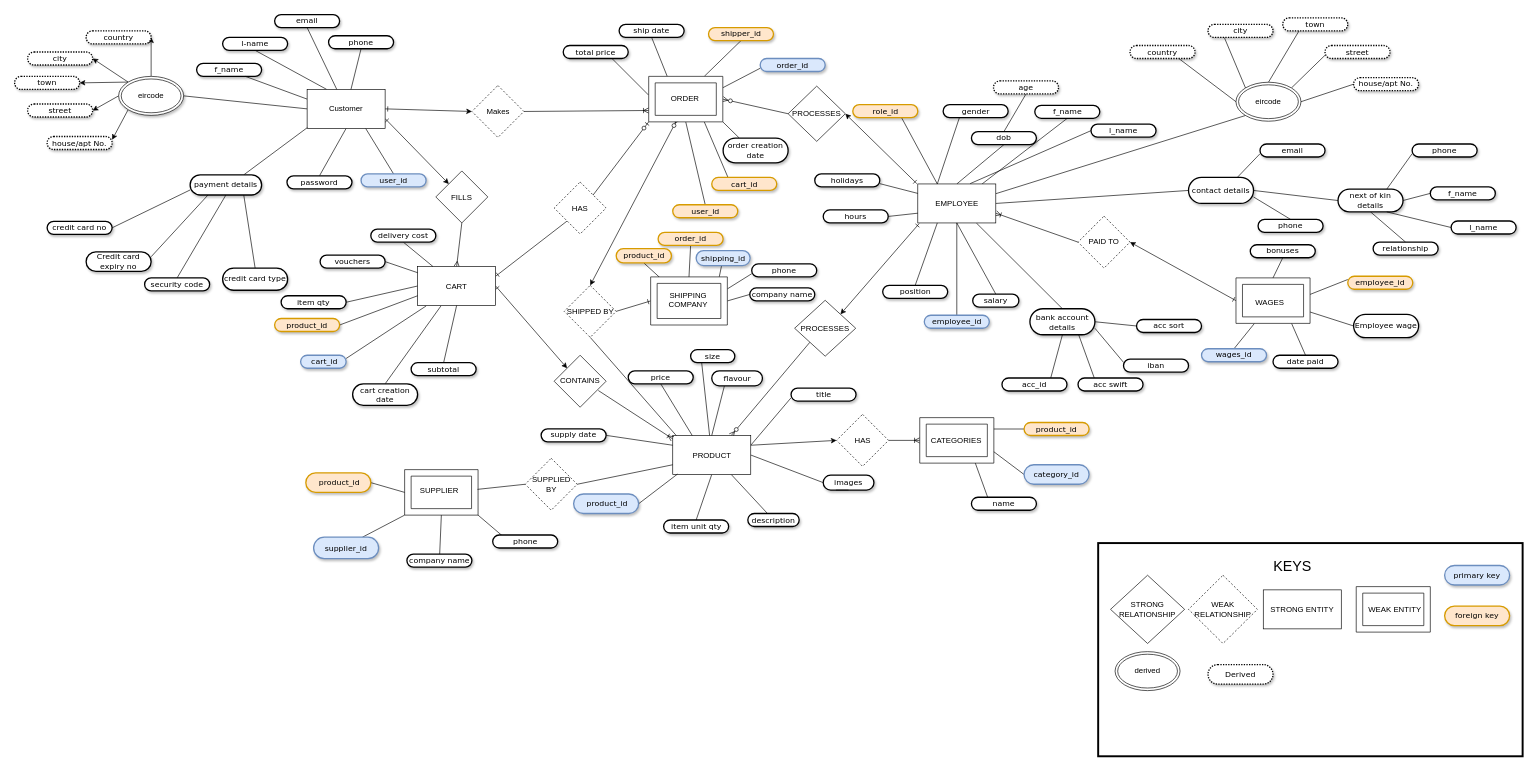
GearoidDC/Automate_the_Boring_Stuff_Examples keeps this draw.io diagram as Database.drawio. Above is the earlier version. Source tidied: cells renumbered, new cells numbered last; positions are measured from the earlier drawing's top-left corner, leaving out a move shared by most shapes. Both pictures are drawn from the tidied source at 65%, with x=0, y=0 at pixel (14, 14).
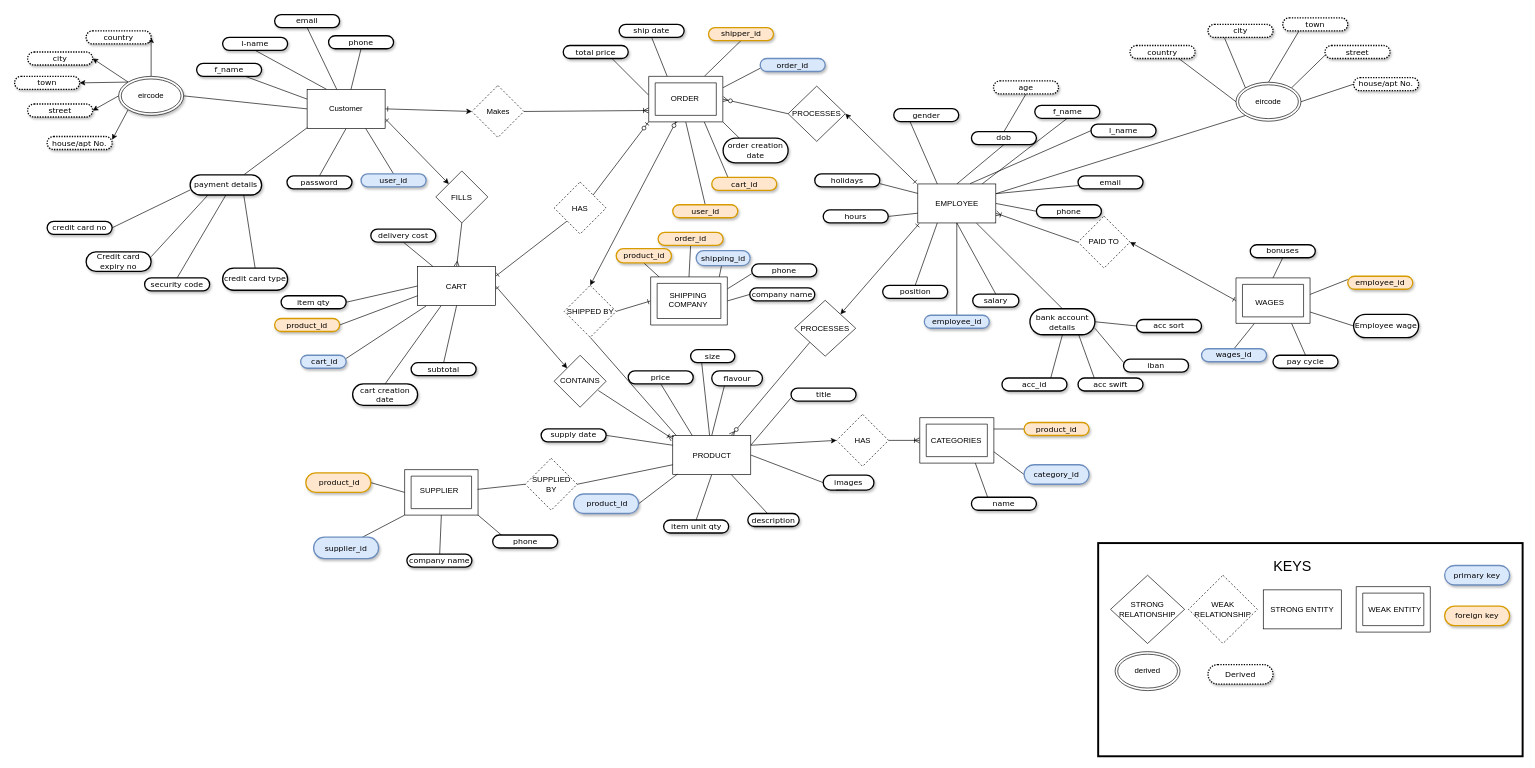
The same diagram, later.

Unchanged cells that the change refers to:
```xml
<mxCell id="100" value="CART" style="rounded=0;whiteSpace=wrap;html=1;" parent="1" vertex="1">
  <mxGeometry x="620" y="387.5" width="120" height="60" as="geometry" />
</mxCell>
<mxCell id="151" value="EMPLOYEE" style="rounded=0;whiteSpace=wrap;html=1;" parent="1" vertex="1">
  <mxGeometry x="1389.5" y="260.5" width="120" height="60" as="geometry" />
</mxCell>
```

Change to the diagram source:
```diff
@@
     <mxCell id="56" value="&lt;span&gt;gender&lt;/span&gt;" style="whiteSpace=wrap;html=1;rounded=1;shadow=1;comic=0;labelBackgroundColor=none;strokeColor=#000000;strokeWidth=2;fillColor=#FFFFFF;fontFamily=Verdana;fontSize=12;fontColor=#000000;align=center;arcSize=50;" parent="1" vertex="1">
-      <mxGeometry x="1428.5" y="138.5" width="100" height="20" as="geometry" />
+      <mxGeometry x="1352.5" y="144.5" width="100" height="20" as="geometry" />
     </mxCell>
@@
-    <mxCell id="63" style="edgeStyle=none;rounded=0;jettySize=auto;html=1;exitX=0.75;exitY=0;exitDx=0;exitDy=0;entryX=0;entryY=0.75;entryDx=0;entryDy=0;startArrow=none;startFill=0;endArrow=none;endFill=0;" parent="1" edge="1" source="217" target="74">
-      <mxGeometry relative="1" as="geometry" />
-    </mxCell>
@@
+    <mxCell id="233" style="edgeStyle=none;rounded=0;jettySize=auto;html=1;exitX=0;exitY=0.75;exitDx=0;exitDy=0;entryX=1;entryY=0.25;entryDx=0;entryDy=0;endArrow=none;endFill=0;" parent="1" edge="1" source="74" target="151">
+      <mxGeometry relative="1" as="geometry" />
+    </mxCell>
     <mxCell id="74" value="&lt;span&gt;email&lt;/span&gt;" style="whiteSpace=wrap;html=1;rounded=1;shadow=1;comic=0;labelBackgroundColor=none;strokeColor=#000000;strokeWidth=2;fillColor=#FFFFFF;fontFamily=Verdana;fontSize=12;fontColor=#000000;align=center;arcSize=50;" parent="1" vertex="1">
-      <mxGeometry x="1916" y="199" width="100" height="20" as="geometry" />
+      <mxGeometry x="1636" y="248" width="100" height="20" as="geometry" />
     </mxCell>
+    <mxCell id="234" style="edgeStyle=none;rounded=0;jettySize=auto;html=1;exitX=0;exitY=0.5;exitDx=0;exitDy=0;entryX=1;entryY=0.5;entryDx=0;entryDy=0;endArrow=none;endFill=0;" parent="1" edge="1" source="75" target="151">
+      <mxGeometry relative="1" as="geometry" />
+    </mxCell>
     <mxCell id="75" value="&lt;span&gt;phone&lt;/span&gt;" style="whiteSpace=wrap;html=1;rounded=1;shadow=1;comic=0;labelBackgroundColor=none;strokeColor=#000000;strokeWidth=2;fillColor=#FFFFFF;fontFamily=Verdana;fontSize=12;fontColor=#000000;align=center;arcSize=50;" parent="1" vertex="1">
-      <mxGeometry x="1913" y="315" width="100" height="20" as="geometry" />
+      <mxGeometry x="1572" y="292.5" width="100" height="20" as="geometry" />
     </mxCell>
-    <mxCell id="76" style="edgeStyle=none;rounded=0;jettySize=auto;html=1;exitX=0.75;exitY=0;exitDx=0;exitDy=0;entryX=0;entryY=0.75;entryDx=0;entryDy=0;startArrow=none;startFill=0;endArrow=none;endFill=0;" parent="1" edge="1" source="80" target="81">
-      <mxGeometry relative="1" as="geometry" />
-    </mxCell>
-    <mxCell id="77" style="edgeStyle=none;rounded=0;jettySize=auto;html=1;exitX=1;exitY=0.5;exitDx=0;exitDy=0;entryX=0;entryY=0.5;entryDx=0;entryDy=0;startArrow=none;startFill=0;endArrow=none;endFill=0;" parent="1" edge="1" source="80" target="205">
-      <mxGeometry relative="1" as="geometry" />
-    </mxCell>
-    <mxCell id="78" style="edgeStyle=none;rounded=0;jettySize=auto;html=1;exitX=0;exitY=0.5;exitDx=0;exitDy=0;entryX=1;entryY=0.5;entryDx=0;entryDy=0;startArrow=none;startFill=0;endArrow=none;endFill=0;" parent="1" edge="1" source="80" target="217">
-      <mxGeometry relative="1" as="geometry" />
-    </mxCell>
-    <mxCell id="79" style="edgeStyle=none;rounded=0;jettySize=auto;html=1;exitX=0.5;exitY=1;exitDx=0;exitDy=0;entryX=0.5;entryY=0;entryDx=0;entryDy=0;startArrow=none;startFill=0;endArrow=none;endFill=0;" parent="1" edge="1" source="80" target="82">
-      <mxGeometry relative="1" as="geometry" />
-    </mxCell>
-    <mxCell id="80" value="&lt;span&gt;next of kin&lt;br&gt;details&lt;br&gt;&lt;/span&gt;" style="whiteSpace=wrap;html=1;rounded=1;shadow=1;comic=0;labelBackgroundColor=none;strokeColor=#000000;strokeWidth=2;fillColor=#FFFFFF;fontFamily=Verdana;fontSize=12;fontColor=#000000;align=center;arcSize=50;" parent="1" vertex="1">
-      <mxGeometry x="2036" y="268.5" width="100" height="35" as="geometry" />
-    </mxCell>
-    <mxCell id="81" value="&lt;span&gt;phone&lt;/span&gt;" style="whiteSpace=wrap;html=1;rounded=1;shadow=1;comic=0;labelBackgroundColor=none;strokeColor=#000000;strokeWidth=2;fillColor=#FFFFFF;fontFamily=Verdana;fontSize=12;fontColor=#000000;align=center;arcSize=50;" parent="1" vertex="1">
-      <mxGeometry x="2150" y="199" width="100" height="20" as="geometry" />
-    </mxCell>
-    <mxCell id="82" value="&lt;span&gt;relationship&lt;/span&gt;" style="whiteSpace=wrap;html=1;rounded=1;shadow=1;comic=0;labelBackgroundColor=none;strokeColor=#000000;strokeWidth=2;fillColor=#FFFFFF;fontFamily=Verdana;fontSize=12;fontColor=#000000;align=center;arcSize=50;" parent="1" vertex="1">
-      <mxGeometry x="2090" y="350" width="100" height="20" as="geometry" />
-    </mxCell>
@@
-    <mxCell id="86" value="&lt;span&gt;date paid&lt;/span&gt;" style="whiteSpace=wrap;html=1;rounded=1;shadow=1;comic=0;labelBackgroundColor=none;strokeColor=#000000;strokeWidth=2;fillColor=#FFFFFF;fontFamily=Verdana;fontSize=12;fontColor=#000000;align=center;arcSize=50;" parent="1" vertex="1">
+    <mxCell id="86" value="&lt;span&gt;pay cycle&lt;/span&gt;" style="whiteSpace=wrap;html=1;rounded=1;shadow=1;comic=0;labelBackgroundColor=none;strokeColor=#000000;strokeWidth=2;fillColor=#FFFFFF;fontFamily=Verdana;fontSize=12;fontColor=#000000;align=center;arcSize=50;" parent="1" vertex="1">
       <mxGeometry x="1936" y="524" width="100" height="20" as="geometry" />
     </mxCell>
@@
-    <mxCell id="150" style="edgeStyle=none;rounded=0;jettySize=auto;html=1;exitX=1;exitY=0.5;exitDx=0;exitDy=0;entryX=0;entryY=0.5;entryDx=0;entryDy=0;startArrow=none;startFill=0;endArrow=none;endFill=0;" parent="1" edge="1" source="151" target="217">
-      <mxGeometry relative="1" as="geometry" />
-    </mxCell>
@@
-    <mxCell id="205" value="f_name" style="whiteSpace=wrap;html=1;rounded=1;shadow=1;comic=0;labelBackgroundColor=none;strokeColor=#000000;strokeWidth=2;fillColor=#FFFFFF;fontFamily=Verdana;fontSize=12;fontColor=#000000;align=center;arcSize=50;" parent="1" vertex="1">
-      <mxGeometry x="2178" y="265" width="100" height="20" as="geometry" />
-    </mxCell>
-    <mxCell id="206" style="edgeStyle=none;rounded=0;jettySize=auto;html=1;exitX=0;exitY=0.5;exitDx=0;exitDy=0;entryX=0.75;entryY=1;entryDx=0;entryDy=0;startArrow=none;startFill=0;endArrow=none;endFill=0;" parent="1" edge="1" source="207" target="80">
-      <mxGeometry relative="1" as="geometry" />
-    </mxCell>
-    <mxCell id="207" value="l_name" style="whiteSpace=wrap;html=1;rounded=1;shadow=1;comic=0;labelBackgroundColor=none;strokeColor=#000000;strokeWidth=2;fillColor=#FFFFFF;fontFamily=Verdana;fontSize=12;fontColor=#000000;align=center;arcSize=50;" parent="1" vertex="1">
-      <mxGeometry x="2210" y="317.5" width="100" height="20" as="geometry" />
-    </mxCell>
@@
-    <mxCell id="211" style="edgeStyle=none;rounded=0;jettySize=auto;html=1;exitX=1;exitY=0.5;exitDx=0;exitDy=0;startArrow=none;startFill=0;endArrow=none;endFill=0;" parent="1" edge="1" source="212" target="100">
-      <mxGeometry relative="1" as="geometry" />
-    </mxCell>
-    <mxCell id="212" value="&lt;span&gt;vouchers&lt;/span&gt;" style="whiteSpace=wrap;html=1;rounded=1;shadow=1;comic=0;labelBackgroundColor=none;strokeColor=#000000;strokeWidth=2;fillColor=#FFFFFF;fontFamily=Verdana;fontSize=12;fontColor=#000000;align=center;arcSize=50;" parent="1" vertex="1">
-      <mxGeometry x="470" y="370" width="100" height="20" as="geometry" />
-    </mxCell>
@@
-    <mxCell id="216" style="edgeStyle=none;rounded=0;jettySize=auto;html=1;exitX=1;exitY=0.75;exitDx=0;exitDy=0;entryX=0.5;entryY=0;entryDx=0;entryDy=0;startArrow=none;startFill=0;endArrow=none;endFill=0;" parent="1" edge="1" source="217" target="75">
-      <mxGeometry relative="1" as="geometry" />
-    </mxCell>
-    <mxCell id="217" value="contact details" style="whiteSpace=wrap;html=1;rounded=1;shadow=1;comic=0;labelBackgroundColor=none;strokeColor=#000000;strokeWidth=2;fillColor=#FFFFFF;fontFamily=Verdana;fontSize=12;fontColor=#000000;align=center;arcSize=50;" parent="1" vertex="1">
-      <mxGeometry x="1806" y="250.5" width="100" height="40" as="geometry" />
-    </mxCell>
@@
-    <mxCell id="231" style="edgeStyle=none;rounded=0;jettySize=auto;html=1;exitX=0.75;exitY=1;exitDx=0;exitDy=0;entryX=0.25;entryY=0;entryDx=0;entryDy=0;endArrow=none;endFill=0;" parent="1" edge="1" source="232" target="151">
-      <mxGeometry relative="1" as="geometry" />
-    </mxCell>
-    <mxCell id="232" value="&lt;span&gt;role_id&lt;/span&gt;" style="whiteSpace=wrap;html=1;rounded=1;shadow=1;comic=0;labelBackgroundColor=none;strokeColor=#d79b00;strokeWidth=2;fillColor=#ffe6cc;fontFamily=Verdana;fontSize=12;align=center;arcSize=50;" parent="1" vertex="1">
-      <mxGeometry x="1289.5" y="138.5" width="100" height="20" as="geometry" />
-    </mxCell>
```
